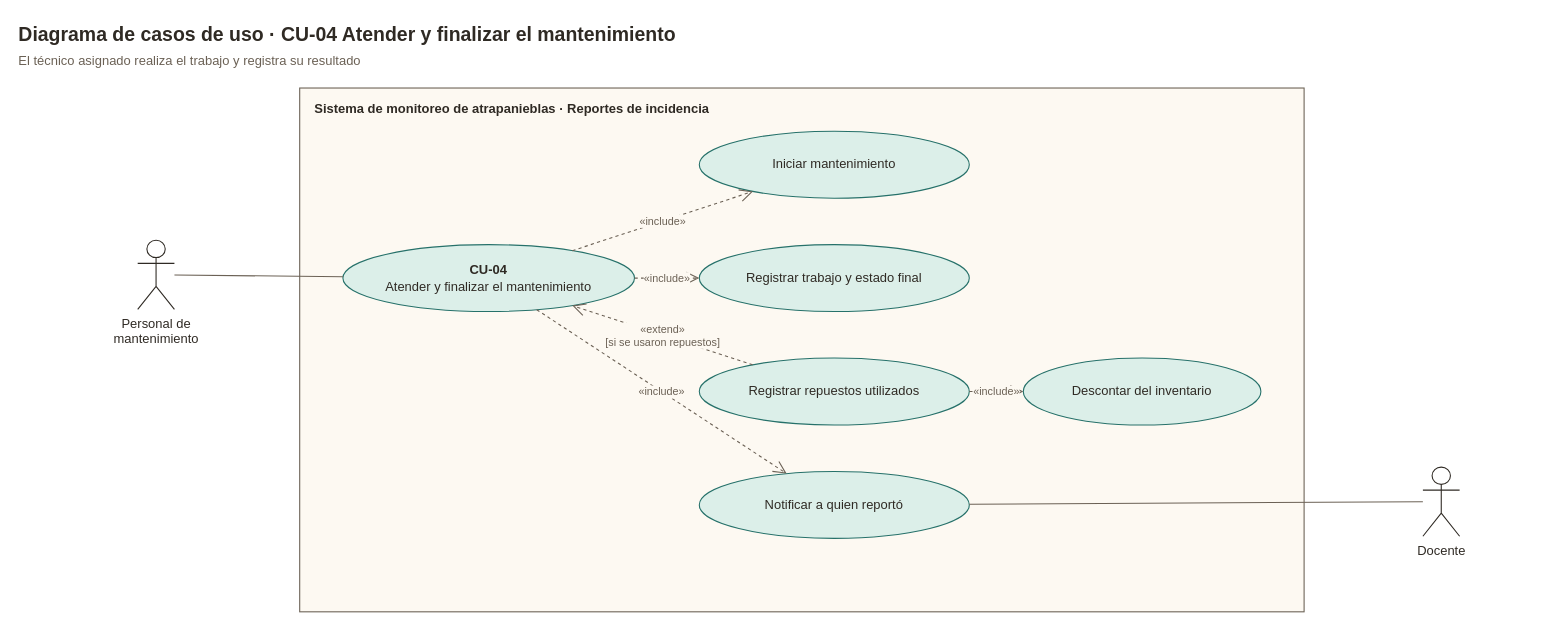
Before: page "CU-04 · Casos de uso" (7 of 22) of docs/diagramas/procesos.drawio in ruper932/integrador, a draw.io diagram. Source tidied: cells renumbered, new cells numbered last; positions are measured from the earlier drawing's top-left corner, leaving out a move shared by most shapes. Both pictures are drawn from the tidied source at 108%, with x=0, y=0 at pixel (18, 18).
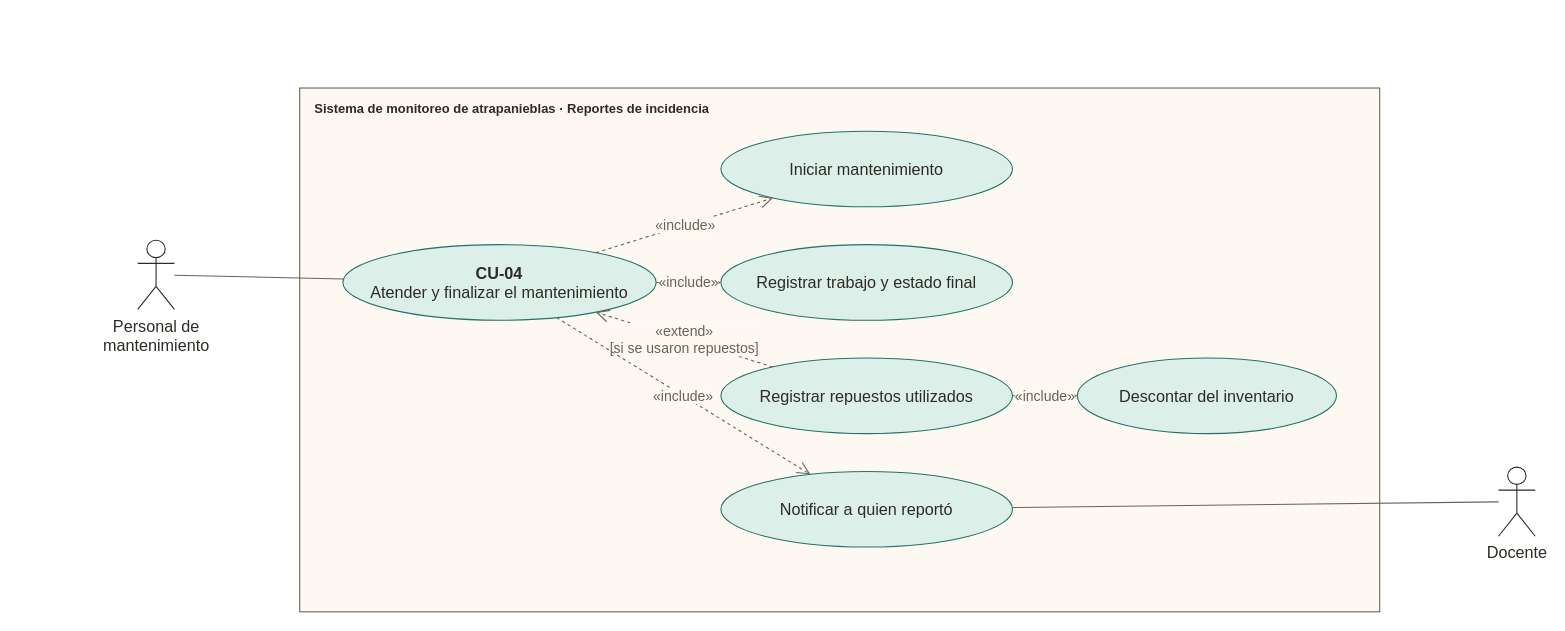
After the change.

The edit, as a diff of the source:
```diff
@@
 <mxGraphModel background="#ffffff">
   <root>
     <mxCell id="0" />
     <mxCell id="1" parent="0" />
-    <mxCell id="2" value="&lt;b&gt;Diagrama de casos de uso · CU-04 Atender y finalizar el mantenimiento&lt;/b&gt;&lt;br&gt;&lt;span style=&quot;font-size:12px;color:#6b6155&quot;&gt;El técnico asignado realiza el trabajo y registra su resultado&lt;/span&gt;" style="text;html=1;align=left;verticalAlign=top;spacing=0;whiteSpace=wrap;fontFamily=Helvetica;fontSize=12;fontColor=#2f2a24;fontSize=18;" parent="1" vertex="1">
-      <mxGeometry width="1000" height="50" as="geometry" />
+    <mxCell id="2" value="&lt;b&gt;Sistema de monitoreo de atrapanieblas · Reportes de incidencia&lt;/b&gt;" style="rounded=0;whiteSpace=wrap;html=1;verticalAlign=top;align=left;spacingLeft=12;spacingTop=6;fillColor=#fdf9f2;strokeColor=#6b6155;fontFamily=Helvetica;fontSize=12;fontColor=#2f2a24;" parent="1" vertex="1">
+      <mxGeometry x="260" y="64" width="1000" height="485" as="geometry" />
     </mxCell>
-    <mxCell id="3" value="&lt;b&gt;Sistema de monitoreo de atrapanieblas · Reportes de incidencia&lt;/b&gt;" style="rounded=0;whiteSpace=wrap;html=1;verticalAlign=top;align=left;spacingLeft=12;spacingTop=6;fillColor=#fdf9f2;strokeColor=#6b6155;fontFamily=Helvetica;fontSize=12;fontColor=#2f2a24;" parent="1" vertex="1">
-      <mxGeometry x="260" y="64" width="930" height="485" as="geometry" />
+    <mxCell id="3" value="&lt;b&gt;CU-04&lt;/b&gt;&lt;br&gt;Atender y finalizar el mantenimiento" style="ellipse;whiteSpace=wrap;html=1;fillColor=#dcefe9;strokeColor=#26716a;fontFamily=Helvetica;fontSize=12;fontColor=#2f2a24;fontSize=15;" parent="1" vertex="1">
+      <mxGeometry x="300" y="209" width="290" height="70" as="geometry" />
     </mxCell>
-    <mxCell id="4" value="&lt;b&gt;CU-04&lt;/b&gt;&lt;br&gt;Atender y finalizar el mantenimiento" style="ellipse;whiteSpace=wrap;html=1;fillColor=#dcefe9;strokeColor=#26716a;fontFamily=Helvetica;fontSize=12;fontColor=#2f2a24;" parent="1" vertex="1">
-      <mxGeometry x="300" y="209" width="270" height="62" as="geometry" />
+    <mxCell id="4" value="Iniciar mantenimiento" style="ellipse;whiteSpace=wrap;html=1;fillColor=#dcefe9;strokeColor=#26716a;fontFamily=Helvetica;fontSize=12;fontColor=#2f2a24;fontSize=15;" parent="1" vertex="1">
+      <mxGeometry x="650" y="104" width="270" height="70" as="geometry" />
     </mxCell>
-    <mxCell id="5" value="Iniciar mantenimiento" style="ellipse;whiteSpace=wrap;html=1;fillColor=#dcefe9;strokeColor=#26716a;fontFamily=Helvetica;fontSize=12;fontColor=#2f2a24;" parent="1" vertex="1">
-      <mxGeometry x="630" y="104" width="250" height="62" as="geometry" />
+    <mxCell id="5" value="Registrar trabajo y estado final" style="ellipse;whiteSpace=wrap;html=1;fillColor=#dcefe9;strokeColor=#26716a;fontFamily=Helvetica;fontSize=12;fontColor=#2f2a24;fontSize=15;" parent="1" vertex="1">
+      <mxGeometry x="650" y="209" width="270" height="70" as="geometry" />
     </mxCell>
-    <mxCell id="6" value="Registrar trabajo y estado final" style="ellipse;whiteSpace=wrap;html=1;fillColor=#dcefe9;strokeColor=#26716a;fontFamily=Helvetica;fontSize=12;fontColor=#2f2a24;" parent="1" vertex="1">
-      <mxGeometry x="630" y="209" width="250" height="62" as="geometry" />
+    <mxCell id="6" value="Registrar repuestos utilizados" style="ellipse;whiteSpace=wrap;html=1;fillColor=#dcefe9;strokeColor=#26716a;fontFamily=Helvetica;fontSize=12;fontColor=#2f2a24;fontSize=15;" parent="1" vertex="1">
+      <mxGeometry x="650" y="314" width="270" height="70" as="geometry" />
     </mxCell>
-    <mxCell id="7" value="Registrar repuestos utilizados" style="ellipse;whiteSpace=wrap;html=1;fillColor=#dcefe9;strokeColor=#26716a;fontFamily=Helvetica;fontSize=12;fontColor=#2f2a24;" parent="1" vertex="1">
-      <mxGeometry x="630" y="314" width="250" height="62" as="geometry" />
+    <mxCell id="7" value="Descontar del inventario" style="ellipse;whiteSpace=wrap;html=1;fillColor=#dcefe9;strokeColor=#26716a;fontFamily=Helvetica;fontSize=12;fontColor=#2f2a24;fontSize=15;" parent="1" vertex="1">
+      <mxGeometry x="980" y="314" width="240" height="70" as="geometry" />
     </mxCell>
-    <mxCell id="8" value="Descontar del inventario" style="ellipse;whiteSpace=wrap;html=1;fillColor=#dcefe9;strokeColor=#26716a;fontFamily=Helvetica;fontSize=12;fontColor=#2f2a24;" parent="1" vertex="1">
-      <mxGeometry x="930" y="314" width="220" height="62" as="geometry" />
+    <mxCell id="8" value="Notificar a quien reportó" style="ellipse;whiteSpace=wrap;html=1;fillColor=#dcefe9;strokeColor=#26716a;fontFamily=Helvetica;fontSize=12;fontColor=#2f2a24;fontSize=15;" parent="1" vertex="1">
+      <mxGeometry x="650" y="419" width="270" height="70" as="geometry" />
     </mxCell>
-    <mxCell id="9" value="Notificar a quien reportó" style="ellipse;whiteSpace=wrap;html=1;fillColor=#dcefe9;strokeColor=#26716a;fontFamily=Helvetica;fontSize=12;fontColor=#2f2a24;" parent="1" vertex="1">
-      <mxGeometry x="630" y="419" width="250" height="62" as="geometry" />
+    <mxCell id="9" value="Personal de&lt;br&gt;mantenimiento" style="shape=umlActor;verticalLabelPosition=bottom;verticalAlign=top;html=1;outlineConnect=0;strokeColor=#2f2a24;fillColor=#ffffff;fontFamily=Helvetica;fontSize=12;fontColor=#2f2a24;fontSize=15;" parent="1" vertex="1">
+      <mxGeometry x="110" y="205" width="34" height="64" as="geometry" />
     </mxCell>
-    <mxCell id="10" value="Personal de&lt;br&gt;mantenimiento" style="shape=umlActor;verticalLabelPosition=bottom;verticalAlign=top;html=1;outlineConnect=0;strokeColor=#2f2a24;fillColor=#ffffff;fontFamily=Helvetica;fontSize=12;fontColor=#2f2a24;" parent="1" vertex="1">
-      <mxGeometry x="110" y="205" width="34" height="64" as="geometry" />
+    <mxCell id="10" value="Docente" style="shape=umlActor;verticalLabelPosition=bottom;verticalAlign=top;html=1;outlineConnect=0;strokeColor=#2f2a24;fillColor=#ffffff;fontFamily=Helvetica;fontSize=12;fontColor=#2f2a24;fontSize=15;" parent="1" vertex="1">
+      <mxGeometry x="1370" y="415" width="34" height="64" as="geometry" />
     </mxCell>
-    <mxCell id="11" value="Docente" style="shape=umlActor;verticalLabelPosition=bottom;verticalAlign=top;html=1;outlineConnect=0;strokeColor=#2f2a24;fillColor=#ffffff;fontFamily=Helvetica;fontSize=12;fontColor=#2f2a24;" parent="1" vertex="1">
-      <mxGeometry x="1300" y="415" width="34" height="64" as="geometry" />
-    </mxCell>
+    <mxCell id="19" style="html=1;endArrow=none;strokeColor=#6b6155;" parent="1" edge="1" source="9" target="3">
+      <mxGeometry relative="1" as="geometry" />
+    </mxCell>
-    <mxCell id="12" style="html=1;endArrow=none;strokeColor=#6b6155;" parent="1" edge="1" source="10" target="4">
+    <mxCell id="12" style="html=1;endArrow=none;strokeColor=#6b6155;" parent="1" edge="1" source="10" target="8">
       <mxGeometry relative="1" as="geometry" />
     </mxCell>
-    <mxCell id="13" style="html=1;endArrow=none;strokeColor=#6b6155;" parent="1" edge="1" source="11" target="9">
+    <mxCell id="13" value="«include»" style="html=1;dashed=1;endArrow=open;endSize=10;strokeColor=#6b6155;fontFamily=Helvetica;fontSize=12;fontColor=#2f2a24;fontSize=13;fontColor=#6b6155;labelBackgroundColor=#fdf9f2;" parent="1" edge="1" source="3" target="4">
       <mxGeometry relative="1" as="geometry" />
     </mxCell>
-    <mxCell id="14" value="«include»" style="html=1;dashed=1;endArrow=open;endSize=10;strokeColor=#6b6155;fontFamily=Helvetica;fontSize=12;fontColor=#2f2a24;fontSize=10;fontColor=#6b6155;labelBackgroundColor=#fdf9f2;" parent="1" edge="1" source="4" target="5">
+    <mxCell id="14" value="«include»" style="html=1;dashed=1;endArrow=open;endSize=10;strokeColor=#6b6155;fontFamily=Helvetica;fontSize=12;fontColor=#2f2a24;fontSize=13;fontColor=#6b6155;labelBackgroundColor=#fdf9f2;" parent="1" edge="1" source="3" target="5">
       <mxGeometry relative="1" as="geometry" />
     </mxCell>
-    <mxCell id="15" value="«include»" style="html=1;dashed=1;endArrow=open;endSize=10;strokeColor=#6b6155;fontFamily=Helvetica;fontSize=12;fontColor=#2f2a24;fontSize=10;fontColor=#6b6155;labelBackgroundColor=#fdf9f2;" parent="1" edge="1" source="4" target="6">
+    <mxCell id="15" value="«extend»&lt;br&gt;[si se usaron repuestos]" style="html=1;dashed=1;endArrow=open;endSize=10;strokeColor=#6b6155;fontFamily=Helvetica;fontSize=12;fontColor=#2f2a24;fontSize=13;fontColor=#6b6155;labelBackgroundColor=#fdf9f2;" parent="1" edge="1" source="6" target="3">
       <mxGeometry relative="1" as="geometry" />
     </mxCell>
-    <mxCell id="16" value="«extend»&lt;br&gt;[si se usaron repuestos]" style="html=1;dashed=1;endArrow=open;endSize=10;strokeColor=#6b6155;fontFamily=Helvetica;fontSize=12;fontColor=#2f2a24;fontSize=10;fontColor=#6b6155;labelBackgroundColor=#fdf9f2;" parent="1" edge="1" source="7" target="4">
+    <mxCell id="16" value="«include»" style="html=1;dashed=1;endArrow=open;endSize=10;strokeColor=#6b6155;fontFamily=Helvetica;fontSize=12;fontColor=#2f2a24;fontSize=13;fontColor=#6b6155;labelBackgroundColor=#fdf9f2;" parent="1" edge="1" source="6" target="7">
       <mxGeometry relative="1" as="geometry" />
     </mxCell>
-    <mxCell id="17" value="«include»" style="html=1;dashed=1;endArrow=open;endSize=10;strokeColor=#6b6155;fontFamily=Helvetica;fontSize=12;fontColor=#2f2a24;fontSize=10;fontColor=#6b6155;labelBackgroundColor=#fdf9f2;" parent="1" edge="1" source="7" target="8">
+    <mxCell id="17" value="«include»" style="html=1;dashed=1;endArrow=open;endSize=10;strokeColor=#6b6155;fontFamily=Helvetica;fontSize=12;fontColor=#2f2a24;fontSize=13;fontColor=#6b6155;labelBackgroundColor=#fdf9f2;" parent="1" edge="1" source="3" target="8">
       <mxGeometry relative="1" as="geometry" />
     </mxCell>
-    <mxCell id="18" value="«include»" style="html=1;dashed=1;endArrow=open;endSize=10;strokeColor=#6b6155;fontFamily=Helvetica;fontSize=12;fontColor=#2f2a24;fontSize=10;fontColor=#6b6155;labelBackgroundColor=#fdf9f2;" parent="1" edge="1" source="4" target="9">
-      <mxGeometry relative="1" as="geometry" />
-    </mxCell>
   </root>
 </mxGraphModel>
```
